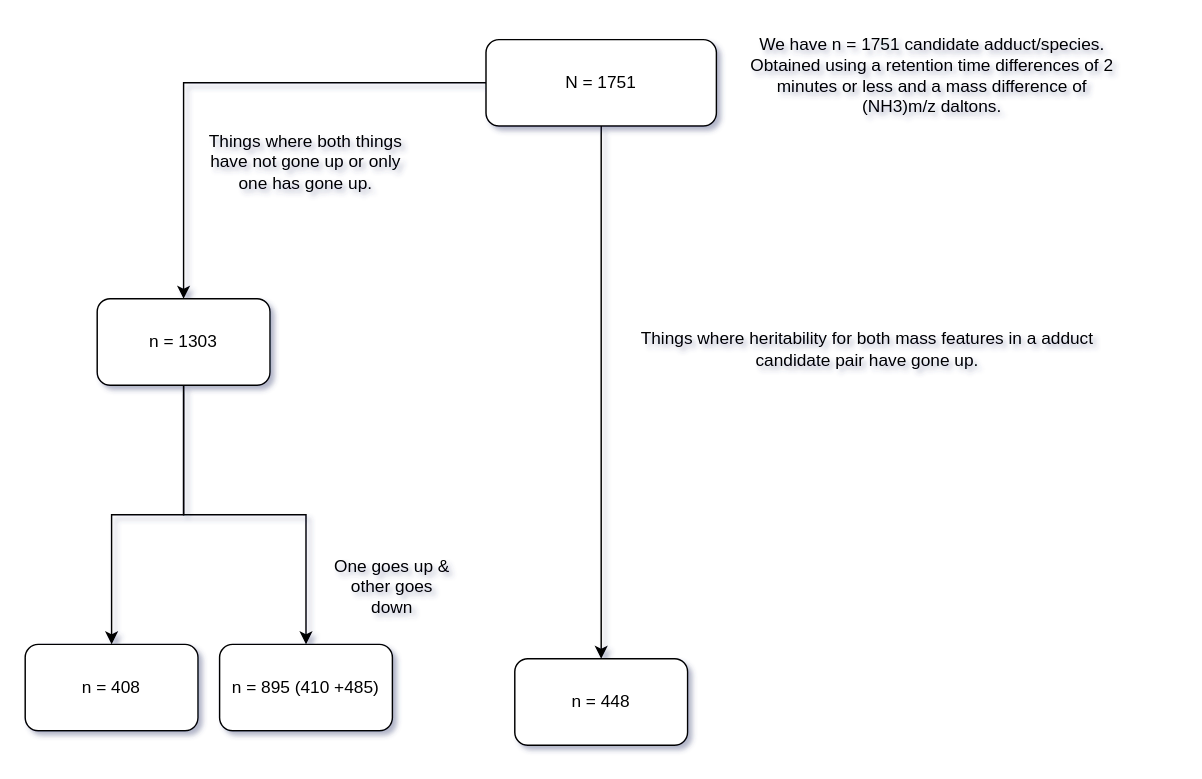
Above: adduct_binning_decision_tree.drawio in RijanHasTwoEars7/draw_io_illustrations (draw.io), before the change. Source tidied: cells renumbered, new cells numbered last; positions are measured from the earlier drawing's top-left corner, leaving out a move shared by most shapes. Both pictures are drawn from the tidied source at 144%, with x=0, y=0 at pixel (24, 24).
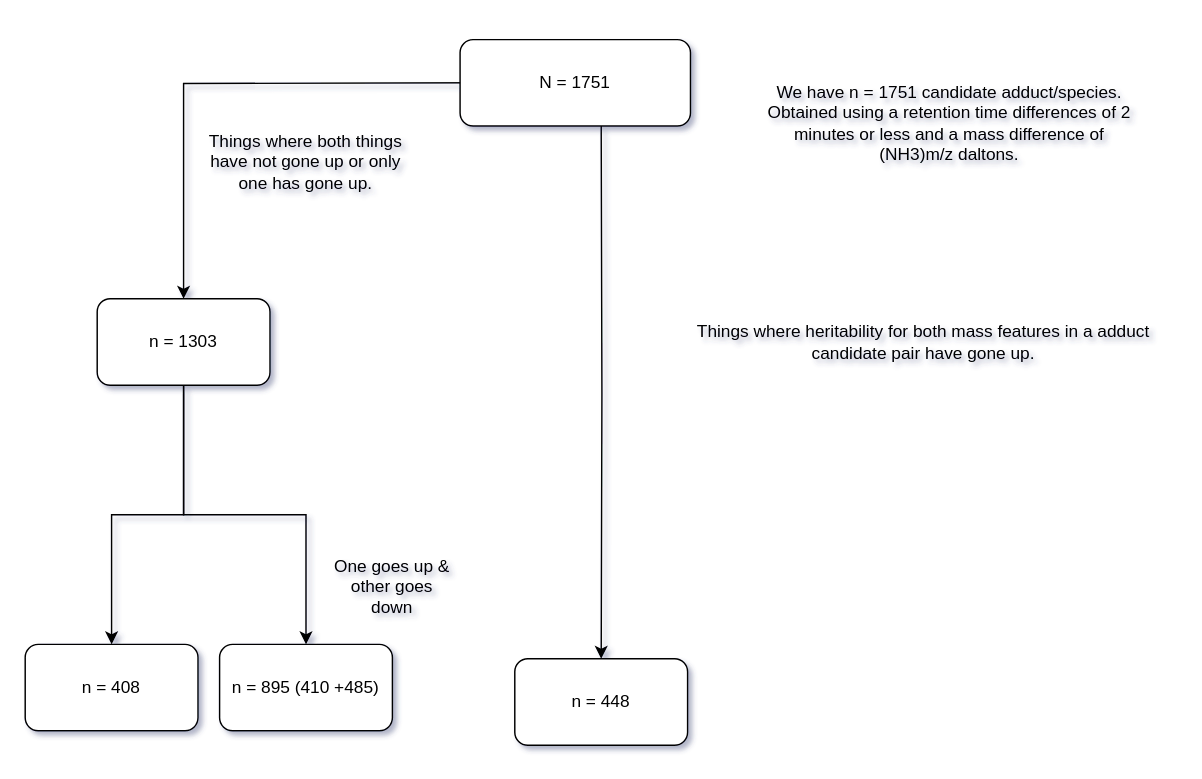
After the change.

Change to the diagram source:
```diff
@@
 <mxGraphModel background="#ffffff" shadow="1">
   <root>
     <mxCell id="0" />
     <mxCell id="1" parent="0" />
-    <mxCell id="2" style="edgeStyle=orthogonalEdgeStyle;rounded=0;jettySize=auto;html=1;" parent="1" edge="1" source="4" target="6">
-      <mxGeometry relative="1" as="geometry" />
+    <mxCell id="2" style="edgeStyle=orthogonalEdgeStyle;rounded=0;jettySize=auto;html=1;" parent="1" edge="1" target="6">
+      <mxGeometry relative="1" as="geometry">
+        <mxPoint x="400" y="70" as="sourcePoint" />
+      </mxGeometry>
     </mxCell>
-    <mxCell id="3" style="edgeStyle=orthogonalEdgeStyle;rounded=0;jettySize=auto;html=1;" parent="1" edge="1" source="4" target="9">
-      <mxGeometry relative="1" as="geometry" />
+    <mxCell id="3" style="edgeStyle=orthogonalEdgeStyle;rounded=0;jettySize=auto;html=1;" parent="1" edge="1" target="9">
+      <mxGeometry relative="1" as="geometry">
+        <mxPoint x="320" y="40" as="sourcePoint" />
+      </mxGeometry>
     </mxCell>
     <mxCell id="4" value="N = 1751" style="rounded=1;whiteSpace=wrap;html=1;" parent="1" vertex="1">
-      <mxGeometry x="320" y="10" width="160" height="60" as="geometry" />
+      <mxGeometry x="302" y="10" width="160" height="60" as="geometry" />
     </mxCell>
     <mxCell id="5" value="We have n = 1751 candidate adduct/species. Obtained using a retention time differences of 2 minutes or less and a mass difference of (NH3)m/z daltons." style="text;html=1;strokeColor=none;fillColor=none;align=center;verticalAlign=middle;whiteSpace=wrap;rounded=0;" parent="1" vertex="1">
-      <mxGeometry x="500" width="260" height="70" as="geometry" />
+      <mxGeometry x="512" y="33" width="260" height="70" as="geometry" />
     </mxCell>
     <mxCell id="6" value="n = 448" style="whiteSpace=wrap;html=1;rounded=1;" parent="1" vertex="1">
       <mxGeometry x="340" y="440" width="120" height="60" as="geometry" />
     </mxCell>
     <mxCell id="7" style="edgeStyle=orthogonalEdgeStyle;rounded=0;jettySize=auto;html=1;" parent="1" edge="1" source="9" target="12">
       <mxGeometry relative="1" as="geometry" />
     </mxCell>
     <mxCell id="8" style="edgeStyle=orthogonalEdgeStyle;rounded=0;jettySize=auto;html=1;" parent="1" edge="1" source="9" target="13">
       <mxGeometry relative="1" as="geometry" />
     </mxCell>
     <mxCell id="9" value="n = 1303" style="whiteSpace=wrap;html=1;rounded=1;" parent="1" vertex="1">
       <mxGeometry x="50" y="190" width="120" height="60" as="geometry" />
     </mxCell>
     <mxCell id="10" value="Things where heritability for both mass features in a adduct candidate pair have gone up." style="text;html=1;strokeColor=none;fillColor=none;align=center;verticalAlign=middle;whiteSpace=wrap;rounded=0;" parent="1" vertex="1">
-      <mxGeometry x="415" y="200" width="340" height="50" as="geometry" />
+      <mxGeometry x="454" y="195" width="340" height="50" as="geometry" />
     </mxCell>
     <mxCell id="11" value="Things where both things have not gone up or only one has gone up." style="text;html=1;strokeColor=none;fillColor=none;align=center;verticalAlign=middle;whiteSpace=wrap;rounded=0;" parent="1" vertex="1">
       <mxGeometry x="120" y="60" width="150" height="70" as="geometry" />
     </mxCell>
     <mxCell id="12" value="n = 895 (410 +485)" style="whiteSpace=wrap;html=1;rounded=1;" parent="1" vertex="1">
       <mxGeometry x="135" y="430" width="120" height="60" as="geometry" />
     </mxCell>
     <mxCell id="13" value="n = 408" style="whiteSpace=wrap;html=1;rounded=1;" parent="1" vertex="1">
       <mxGeometry y="430" width="120" height="60" as="geometry" />
     </mxCell>
     <mxCell id="14" value="One goes up &amp;amp; other goes down" style="text;html=1;strokeColor=none;fillColor=none;align=center;verticalAlign=middle;whiteSpace=wrap;rounded=0;" parent="1" vertex="1">
       <mxGeometry x="210" y="360" width="90" height="60" as="geometry" />
     </mxCell>
   </root>
 </mxGraphModel>
```
